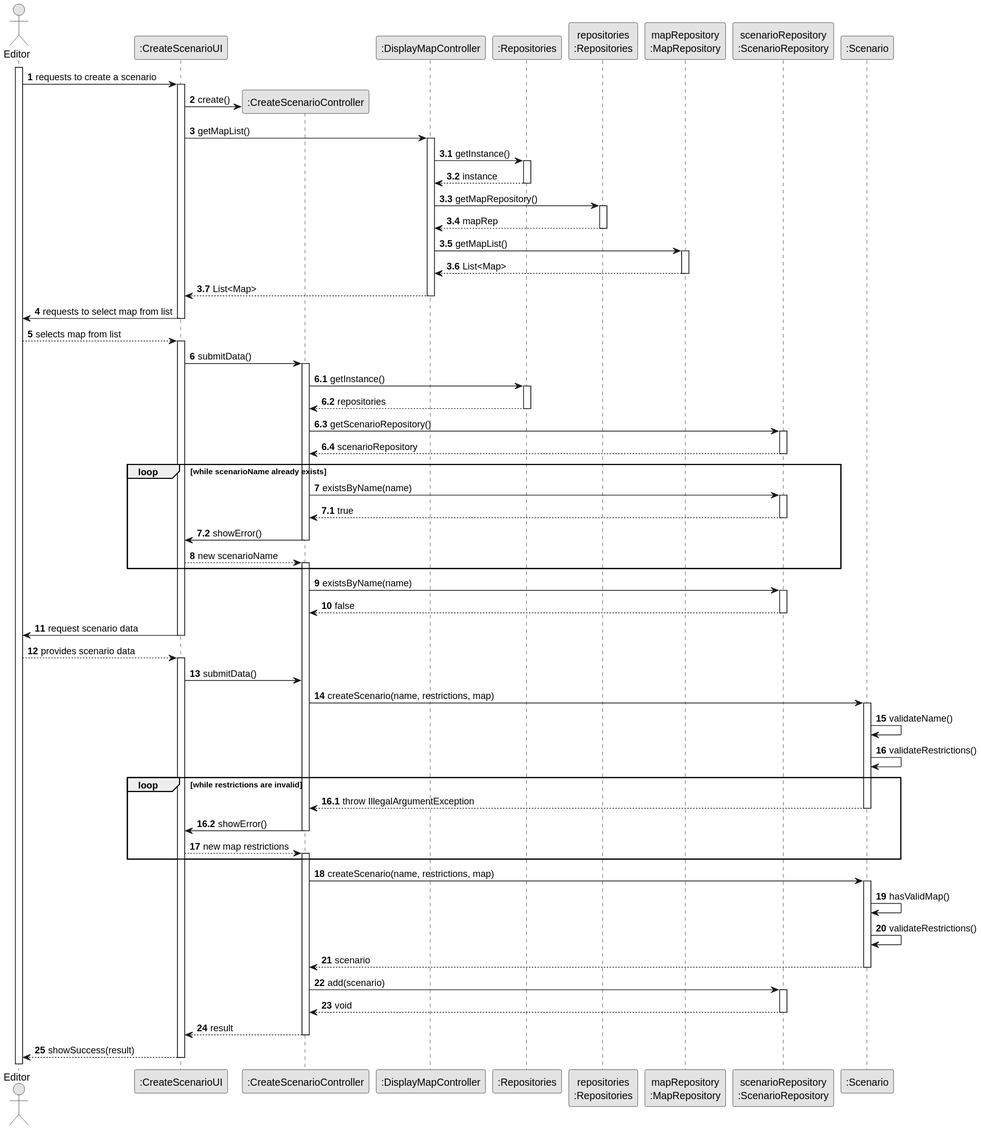
Before: docs/sprint2/us004/03.design/svg/us004-full-diagram.svg, a diagram exported from PlantUML (ivasduarte/all-aboard).
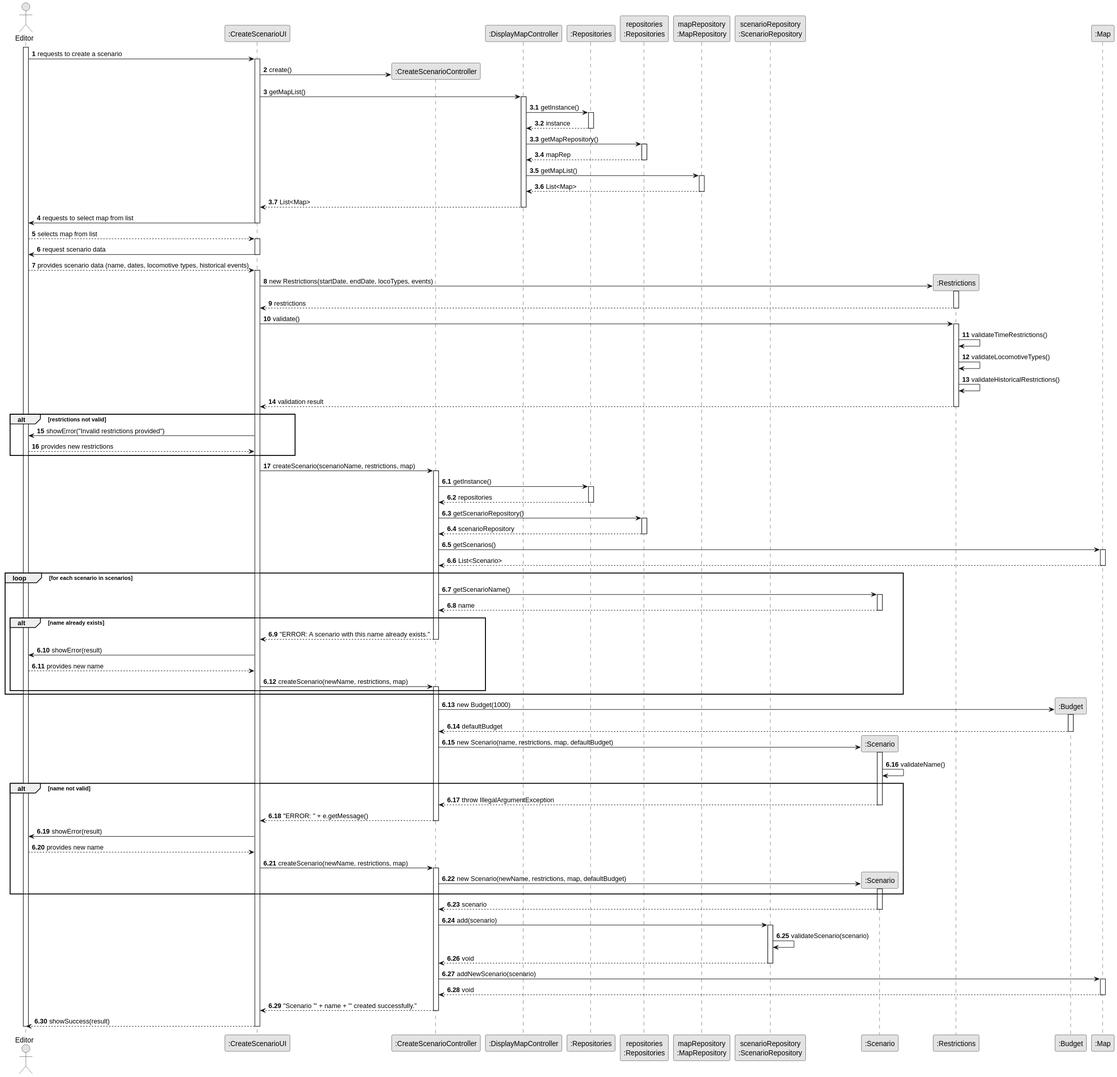
The same diagram one commit later.

Change to the diagram source:
```diff
@@ -13,6 +13,9 @@
 participant "mapRepository\n:MapRepository" as mapRep
 participant "scenarioRepository\n:ScenarioRepository" as Repo
 participant ":Scenario" as Scenario
+participant ":Restrictions" as Restrictions
+participant ":Budget" as Budget
+participant ":Map" as Map
 
 activate Editor
 
@@ -45,78 +48,104 @@
 Editor --> UI : selects map from list
 activate UI
 
-UI -> CTRL : submitData()
+UI -> Editor : request scenario data
+deactivate UI
+Editor --> UI : provides scenario data (name, dates, locomotive types, historical events)
+activate UI
+
+UI -> Restrictions** : new Restrictions(startDate, endDate, locoTypes, events)
+activate Restrictions
+Restrictions --> UI : restrictions
+deactivate Restrictions
+
+UI -> Restrictions : validate()
+activate Restrictions
+Restrictions -> Restrictions : validateTimeRestrictions()
+Restrictions -> Restrictions : validateLocomotiveTypes()
+Restrictions -> Restrictions : validateHistoricalRestrictions()
+Restrictions --> UI : validation result
+deactivate Restrictions
+
+alt restrictions not valid
+    UI -> Editor : showError("Invalid restrictions provided")
+    Editor --> UI : provides new restrictions
+end
+
+UI -> CTRL : createScenario(scenarioName, restrictions, map)
+activate CTRL
 
 autonumber 6.1
-
-activate CTRL
 CTRL -> reps : getInstance()
 activate reps
 reps --> CTRL : repositories
 deactivate reps
 
-CTRL -> Repo : getScenarioRepository()
-activate Repo
-Repo --> CTRL : scenarioRepository
-deactivate Repo
+CTRL -> PLAT : getScenarioRepository()
+activate PLAT
+PLAT --> CTRL : scenarioRepository
+deactivate PLAT
 
-loop while scenarioName already exists
-autonumber 7
-        CTRL -> Repo : existsByName(name)
-        autonumber 7.1
-        activate Repo
-        Repo --> CTRL : true
-        deactivate Repo
-        CTRL -> UI : showError()
+CTRL -> Map : getScenarios()
+activate Map
+Map --> CTRL : List<Scenario>
+deactivate Map
+
+loop for each scenario in scenarios
+    CTRL -> Scenario : getScenarioName()
+    activate Scenario
+    Scenario --> CTRL : name
+    deactivate Scenario
+
+    alt name already exists
+        CTRL --> UI : "ERROR: A scenario with this name already exists."
         deactivate CTRL
-        autonumber 8
-        UI --> CTRL : new scenarioName
-    activate CTRL
+        UI -> Editor : showError(result)
+        Editor --> UI : provides new name
+        UI -> CTRL : createScenario(newName, restrictions, map)
+        activate CTRL
+    end
 end
 
-CTRL -> Repo : existsByName(name)
-activate Repo
-Repo --> CTRL : false
-deactivate Repo
+CTRL -> Budget** : new Budget(1000)
+activate Budget
+Budget --> CTRL : defaultBudget
+deactivate Budget
 
-UI -> Editor : request scenario data
-deactivate UI
-Editor --> UI : provides scenario data
-activate UI
+CTRL -> Scenario** : new Scenario(name, restrictions, map, defaultBudget)
+activate Scenario
+Scenario -> Scenario : validateName()
 
-UI -> CTRL : submitData()
-CTRL -> Scenario : createScenario(name, restrictions, map)
-activate Scenario
-
-Scenario -> Scenario : validateName()
-Scenario -> Scenario : validateRestrictions()
-
-
-loop while restrictions are invalid
-autonumber 16.1
+alt name not valid
     Scenario --> CTRL : throw IllegalArgumentException
     deactivate Scenario
-    CTRL -> UI : showError()
+    CTRL --> UI : "ERROR: " + e.getMessage()
     deactivate CTRL
-    autonumber 17
-    UI --> CTRL : new map restrictions
+    UI -> Editor : showError(result)
+    Editor --> UI : provides new name
+    UI -> CTRL : createScenario(newName, restrictions, map)
     activate CTRL
+    CTRL -> Scenario** : new Scenario(newName, restrictions, map, defaultBudget)
+    activate Scenario
 end
 
-CTRL -> Scenario : createScenario(name, restrictions, map)
-activate Scenario
-Scenario -> Scenario : hasValidMap()
-Scenario -> Scenario : validateRestrictions()
 Scenario --> CTRL : scenario
 deactivate Scenario
 
 CTRL -> Repo : add(scenario)
 activate Repo
+Repo -> Repo : validateScenario(scenario)
 Repo --> CTRL : void
 deactivate Repo
 
-CTRL --> UI : result
+CTRL -> Map : addNewScenario(scenario)
+activate Map
+Map --> CTRL : void
+deactivate Map
+
+CTRL --> UI : "Scenario '" + name + "' created successfully."
 deactivate CTRL
+
 UI --> Editor : showSuccess(result)
 deactivate UI
+deactivate Editor
 @enduml
```
